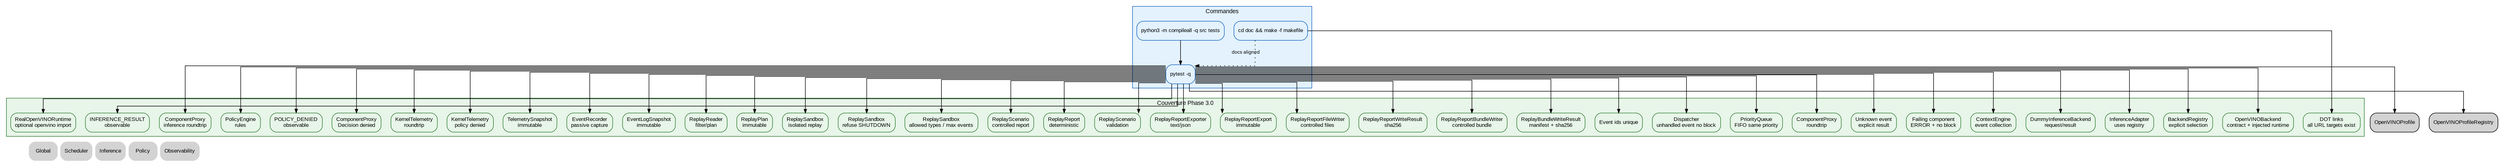
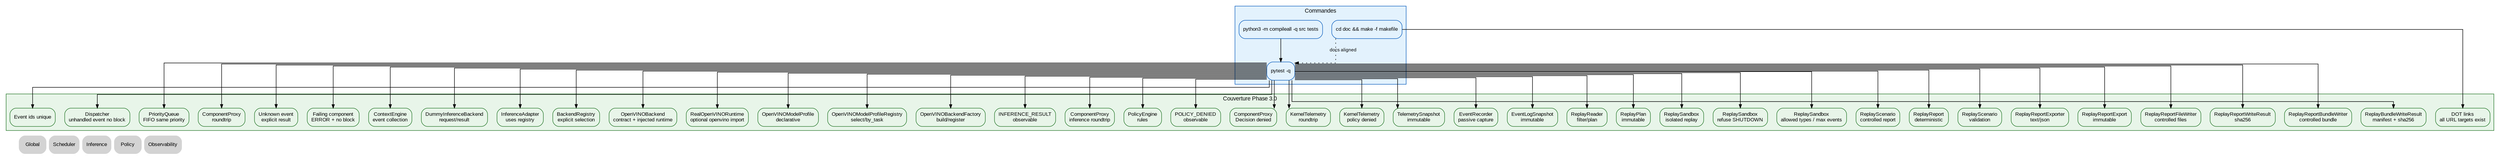
digraph Tests {
    rankdir=TB;
    splines=ortho;

    graph [fontname="Arial", fontsize=11];
    node [shape=box, style="rounded,filled", fontname="Arial", fontsize=10];
    edge [fontname="Arial", fontsize=9, arrowsize=0.7];

    // ROADMAP_NOTE[phase2_9]:
    // Ajout des tests RealOpenVINORuntime avec faux module openvino injecté.
    // Ces tests valident l'import isolé, les entrées brutes, le cache de modèle
    // compilé et l'absence de modèle/tokenizer imposé.

    // ROADMAP_NOTE[phase3_0]:
    // Ajout des tests OpenVINOModelProfile et OpenVINOModelProfileRegistry pour
    // préparer plusieurs modèles sans fallback implicite.
+ 
+     // ROADMAP_NOTE[phase3_1]:
+     // Ajout des tests OpenVINOBackendFactory pour construire et enregistrer un
+     // backend depuis un profil explicite sans importer openvino.

    subgraph cluster_commands {
        label="Commandes";
        color="#1565c0";
        bgcolor="#e3f2fd";
        node [fillcolor="#e3f2fd", color="#1565c0"];
        Compile [label="python3 -m compileall -q src tests"];
        Pytest [label="pytest -q"];
        Dot [label="cd doc && make -f makefile"];
    }

    subgraph cluster_coverage {
        label="Couverture Phase 3.0";
        color="#2e7d32";
        bgcolor="#e8f5e9";
        node [fillcolor="#e8f5e9", color="#2e7d32"];
        EventIds [label="Event ids unique"];
        Dispatcher [label="Dispatcher\nunhandled event no block"];
        Queue [label="PriorityQueue\nFIFO same priority"];
        Proxy [label="ComponentProxy\nroundtrip"];
        Unknown [label="Unknown event\nexplicit result"];
        Failure [label="Failing component\nERROR + no block"];
        Context [label="ContextEngine\nevent collection"];
        Inference [label="DummyInferenceBackend\nrequest/result"];
        InferenceAdapter [label="InferenceAdapter\nuses registry"];
        BackendRegistry [label="BackendRegistry\nexplicit selection"];
        OpenVINOContract [label="OpenVINOBackend\ncontract + injected runtime", URL="../inference/41_openvino_backend.svg"];
        OpenVINORuntime [label="RealOpenVINORuntime\noptional openvino import", URL="../inference/42_openvino_runtime.svg"];
+         OpenVINOProfile [label="OpenVINOModelProfile\ndeclarative", URL="../inference/43_openvino_profiles.svg"];
+         OpenVINOProfileRegistry [label="OpenVINOModelProfileRegistry\nselect/by_task", URL="../inference/43_openvino_profiles.svg"];
+         OpenVINOBackendFactory [label="OpenVINOBackendFactory\nbuild/register", URL="../inference/43_openvino_profiles.svg"];
        InferenceObs [label="INFERENCE_RESULT\nobservable"];
        InferenceProxy [label="ComponentProxy\ninference roundtrip"];
        PolicyRules [label="PolicyEngine\nrules"];
        PolicyDenied [label="POLICY_DENIED\nobservable"];
        PolicyProxy [label="ComponentProxy\nDecision denied"];
        TelemetryRoundtrip [label="KernelTelemetry\nroundtrip"];
        TelemetryDenied [label="KernelTelemetry\npolicy denied"];
        TelemetrySnapshot [label="TelemetrySnapshot\nimmutable"];
        EventRecorder [label="EventRecorder\npassive capture"];
        EventLogSnapshot [label="EventLogSnapshot\nimmutable"];
        ReplayReader [label="ReplayReader\nfilter/plan"];
        ReplayPlan [label="ReplayPlan\nimmutable"];
        ReplaySandbox [label="ReplaySandbox\nisolated replay"];
        ReplaySandboxDenied [label="ReplaySandbox\nrefuse SHUTDOWN"];
        ReplaySandboxLimits [label="ReplaySandbox\nallowed types / max events"];
        ReplayScenario [label="ReplayScenario\ncontrolled report"];
        ReplayReport [label="ReplayReport\ndeterministic"];
        ReplayScenarioValidation [label="ReplayScenario\nvalidation"];
        ReplayReportExporter [label="ReplayReportExporter\ntext/json"];
        ReplayReportExport [label="ReplayReportExport\nimmutable"];
        ReplayReportFileWriter [label="ReplayReportFileWriter\ncontrolled files"];
        ReplayReportWriteResult [label="ReplayReportWriteResult\nsha256"];
        ReplayReportBundleWriter [label="ReplayReportBundleWriter\ncontrolled bundle"];
        ReplayBundleWriteResult [label="ReplayBundleWriteResult\nmanifest + sha256"];
        DotLinks [label="DOT links\nall URL targets exist"];
    }

    Compile -> Pytest;
    Pytest -> EventIds;
    Pytest -> Dispatcher;
    Pytest -> Queue;
    Pytest -> Proxy;
    Pytest -> Unknown;
    Pytest -> Failure;
    Pytest -> Context;
    Pytest -> Inference;
    Pytest -> InferenceAdapter;
    Pytest -> BackendRegistry;
    Pytest -> OpenVINOContract;
    Pytest -> OpenVINORuntime;
    Pytest -> OpenVINOProfile;
    Pytest -> OpenVINOProfileRegistry;
+     Pytest -> OpenVINOBackendFactory;
    Pytest -> InferenceObs;
    Pytest -> InferenceProxy;
    Pytest -> PolicyRules;
    Pytest -> PolicyDenied;
    Pytest -> PolicyProxy;
    Pytest -> TelemetryRoundtrip;
    Pytest -> TelemetryDenied;
    Pytest -> TelemetrySnapshot;
    Pytest -> EventRecorder;
    Pytest -> EventLogSnapshot;
    Pytest -> ReplayReader;
    Pytest -> ReplayPlan;
    Pytest -> ReplaySandbox;
    Pytest -> ReplaySandboxDenied;
    Pytest -> ReplaySandboxLimits;
    Pytest -> ReplayScenario;
    Pytest -> ReplayReport;
    Pytest -> ReplayScenarioValidation;
    Pytest -> ReplayReportExporter;
    Pytest -> ReplayReportExport;
    Pytest -> ReplayReportFileWriter;
    Pytest -> ReplayReportWriteResult;
    Pytest -> ReplayReportBundleWriter;
    Pytest -> ReplayBundleWriteResult;
    Dot -> DotLinks;
    Dot -> Pytest [style=dotted, label="docs aligned"];

    Nav_Global [label="Global", shape=plaintext, URL="../00_global.svg"];
    Nav_Scheduler [label="Scheduler", shape=plaintext, URL="../scheduler/10_scheduler.svg"];
    Nav_Inference [label="Inference", shape=plaintext, URL="../inference/40_inference.svg"];
    Nav_Policy [label="Policy", shape=plaintext, URL="../00_global.svg"];
    Nav_Observability [label="Observability", shape=plaintext, URL="../observability/70_observability.svg"];

    { rank=sink; Nav_Global; Nav_Scheduler; Nav_Inference; Nav_Policy; Nav_Observability; }
}
